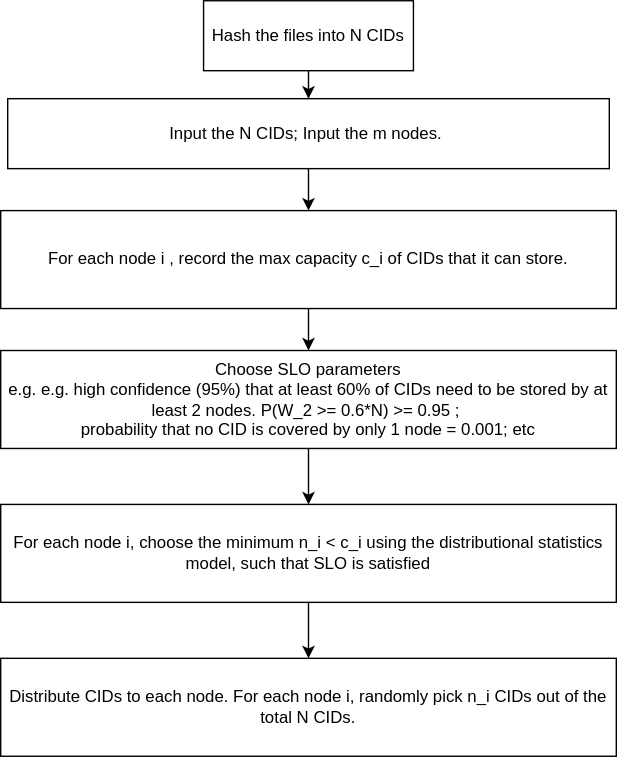
This is assets/flow_chart.drawio.svg from zcahkwn/occ, a draw.io export, as it was before one commit. Source tidied: cells renumbered, new cells last; positions are measured from the earlier drawing's top-left corner, leaving out a move shared by most shapes.
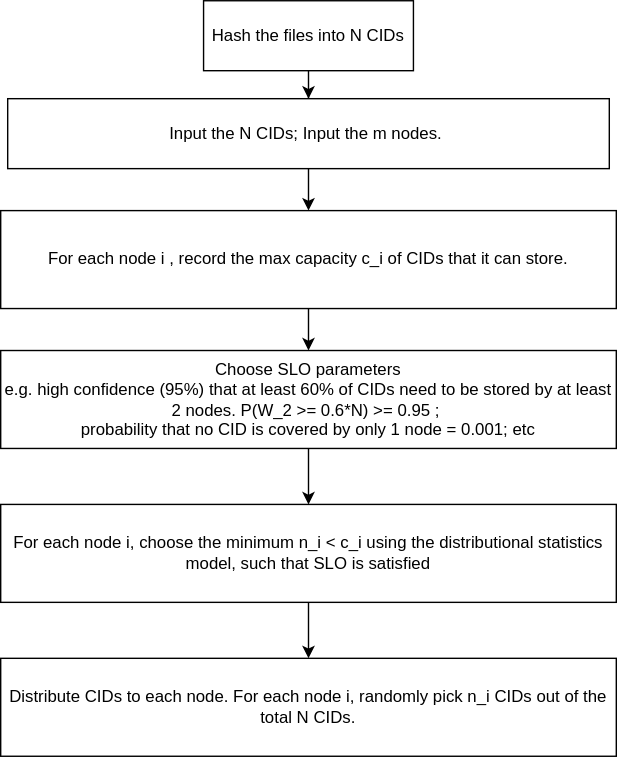
After the commit.

What changed in the source:
```diff
@@ -7,7 +7,7 @@
         <mxPoint x="220" y="360" as="targetPoint" />
       </mxGeometry>
     </mxCell>
-    <mxCell id="3" value="Choose SLO parameters&lt;div&gt;e.g.&amp;nbsp;&lt;span style=&quot;background-color: transparent; color: light-dark(rgb(0, 0, 0), rgb(255, 255, 255));&quot;&gt;e.g. high confidence (95%) that at least 60% of CIDs need to be stored by at least 2 nodes.&amp;nbsp;&lt;/span&gt;&lt;span style=&quot;background-color: transparent; color: light-dark(rgb(0, 0, 0), rgb(255, 255, 255));&quot;&gt;P(W_2 &amp;gt;= 0.6*N) &amp;gt;= 0.95&amp;nbsp;&lt;/span&gt;;&amp;nbsp;&lt;/div&gt;&lt;div&gt;probability that no CID is covered by only 1 node = 0.001; etc&lt;/div&gt;" style="rounded=0;whiteSpace=wrap;html=1;" parent="1" vertex="1">
+    <mxCell id="3" value="Choose SLO parameters&lt;div&gt;e.g.&lt;span style=&quot;background-color: transparent; color: light-dark(rgb(0, 0, 0), rgb(255, 255, 255));&quot;&gt;&amp;nbsp;high confidence (95%) that at least 60% of CIDs need to be stored by at least 2 nodes.&amp;nbsp;&lt;/span&gt;&lt;span style=&quot;background-color: transparent; color: light-dark(rgb(0, 0, 0), rgb(255, 255, 255));&quot;&gt;P(W_2 &amp;gt;= 0.6*N) &amp;gt;= 0.95&amp;nbsp;&lt;/span&gt;;&amp;nbsp;&lt;/div&gt;&lt;div&gt;probability that no CID is covered by only 1 node = 0.001; etc&lt;/div&gt;" style="rounded=0;whiteSpace=wrap;html=1;" parent="1" vertex="1">
       <mxGeometry y="250" width="440" height="70" as="geometry" />
     </mxCell>
     <mxCell id="4" style="edgeStyle=orthogonalEdgeStyle;rounded=0;jettySize=auto;html=1;" parent="1" edge="1" source="5" target="7">
```
